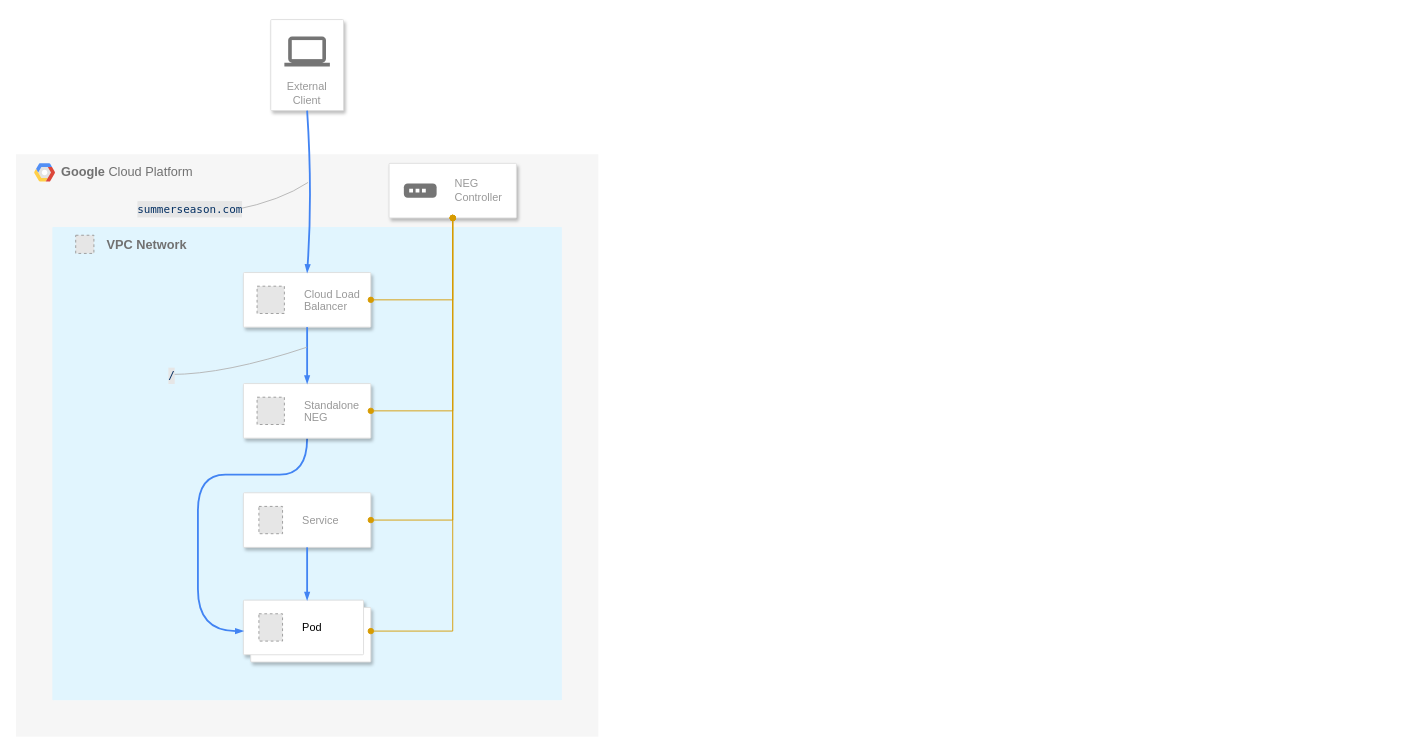
Above: page "neg2" (4 of 9) of map.drawio in cyokozai/k8sLB (draw.io), before the change. Source tidied: cells renumbered, new cells numbered last; positions are measured from the earlier drawing's top-left corner, leaving out a move shared by most shapes. Both pictures are drawn from the tidied source at 91%, with x=0, y=0 at pixel (15, 19). Pictures stored in the file or linked from it are replaced by grey dashed boxes.
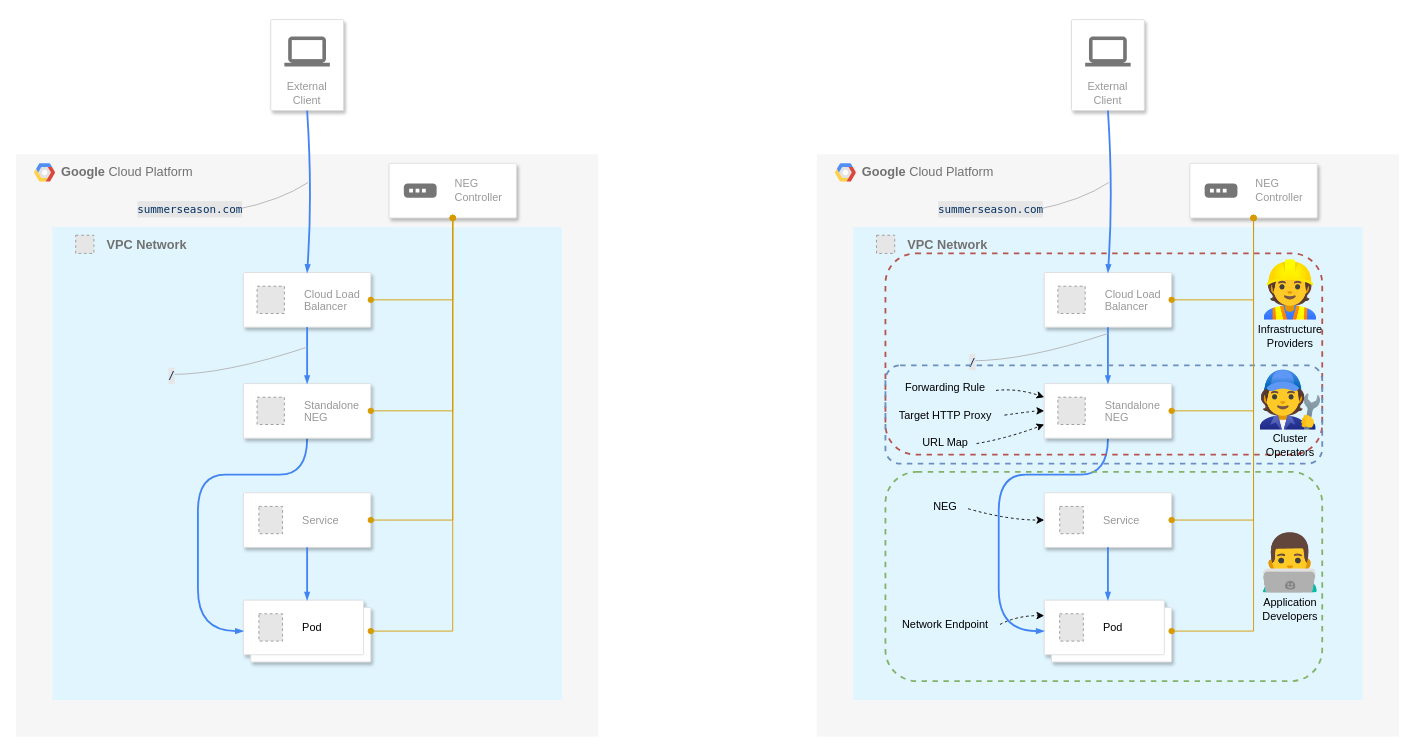
After the change.

The edit, as a diff of the source:
```diff
@@
+    <mxCell id="35" value="&lt;b style=&quot;border-color: var(--border-color);&quot;&gt;Google&amp;nbsp;&lt;/b&gt;Cloud Platform" style="fillColor=#F6F6F6;strokeColor=none;shadow=0;gradientColor=none;fontSize=14;align=left;spacing=10;fontColor=#717171;9E9E9E;verticalAlign=top;spacingTop=-4;fontStyle=0;spacingLeft=40;html=1;" parent="1" vertex="1">
+      <mxGeometry x="880" y="148" width="640" height="640" as="geometry" />
+    </mxCell>
+    <mxCell id="36" style="group;" parent="1" vertex="1">
+      <mxGeometry x="920" y="228" width="560" height="520" as="geometry" />
+    </mxCell>
+    <mxCell id="37" style="sketch=0;rounded=1;absoluteArcSize=1;arcSize=2;html=1;strokeColor=none;gradientColor=none;shadow=0;dashed=0;fontSize=12;fontColor=#9E9E9E;align=left;verticalAlign=top;spacing=10;spacingTop=-4;fillColor=#E1F5FE;" parent="36" vertex="1">
+      <mxGeometry width="560" height="520" as="geometry" />
+    </mxCell>
+    <mxCell id="38" style="fillColor=#E6E6E6;strokeColor=#999999;dashed=1;verticalLabelPosition=bottom;labelBackgroundColor=#ffffff;verticalAlign=top;" parent="36" vertex="1">
+      <mxGeometry x="25.7" y="9" width="20" height="20" as="geometry" />
+    </mxCell>
+    <mxCell id="39" value="&lt;span style=&quot;font-size: 14px;&quot;&gt;&lt;b&gt;VPC Network&lt;/b&gt;&lt;/span&gt;" style="text;whiteSpace=wrap;html=1;fontColor=#717171;" parent="36" vertex="1">
+      <mxGeometry x="58.3" y="5" width="105.6" height="40" as="geometry" />
+    </mxCell>
+    <mxCell id="40" style="strokeColor=#dddddd;shadow=1;strokeWidth=1;rounded=1;absoluteArcSize=1;arcSize=2;" parent="36" vertex="1">
+      <mxGeometry x="210" y="292" width="140" height="60" as="geometry" />
+    </mxCell>
+    <mxCell id="41" value="Service" style="fillColor=#E6E6E6;strokeColor=#999999;dashed=1;fontColor=#999999;verticalLabelPosition=middle;labelBackgroundColor=#ffffff;verticalAlign=middle;labelPosition=right;align=left;spacingLeft=20;" parent="40" vertex="1">
+      <mxGeometry width="26" height="30" relative="1" as="geometry">
+        <mxPoint x="17" y="15" as="offset" />
+      </mxGeometry>
+    </mxCell>
+    <mxCell id="42" style="shape=mxgraph.gcp2.doubleRect;strokeColor=#dddddd;shadow=1;strokeWidth=1;rounded=1;absoluteArcSize=1;arcSize=2;" parent="36" vertex="1">
+      <mxGeometry x="210" y="410" width="140" height="68" as="geometry" />
+    </mxCell>
+    <mxCell id="43" value="&lt;font color=&quot;#000000&quot;&gt;Pod&lt;/font&gt;" style="fillColor=#E6E6E6;strokeColor=#999999;dashed=1;html=1;fontColor=#999999;verticalLabelPosition=middle;labelBackgroundColor=#ffffff;verticalAlign=middle;labelPosition=right;align=left;spacingLeft=20;" parent="42" vertex="1">
+      <mxGeometry width="26" height="30" relative="1" as="geometry">
+        <mxPoint x="17" y="15" as="offset" />
+      </mxGeometry>
+    </mxCell>
+    <mxCell id="44" style="curved=1;endArrow=blockThin;html=1;fontSize=12;rounded=0;strokeColor=#4284F3;endFill=1;strokeWidth=2;endSize=4;startSize=4;dashed=0;entryX=0.5;entryY=0;entryDx=0;entryDy=0;exitX=0.5;exitY=1;exitDx=0;exitDy=0;" parent="36" edge="1" source="40" target="42">
+      <mxGeometry relative="1" as="geometry" />
+    </mxCell>
+    <mxCell id="45" style="strokeColor=#dddddd;shadow=1;strokeWidth=1;rounded=1;absoluteArcSize=1;arcSize=2;" parent="36" vertex="1">
+      <mxGeometry x="210" y="50" width="140" height="60" as="geometry" />
+    </mxCell>
+    <mxCell id="46" value="Cloud Load&#10;Balancer" style="fillColor=#E6E6E6;strokeColor=#999999;dashed=1;fontColor=#999999;verticalLabelPosition=middle;labelBackgroundColor=#ffffff;verticalAlign=middle;labelPosition=right;align=left;spacingLeft=20;" parent="45" vertex="1">
+      <mxGeometry width="30" height="30" relative="1" as="geometry">
+        <mxPoint x="15" y="15" as="offset" />
+      </mxGeometry>
+    </mxCell>
+    <mxCell id="47" style="curved=1;endArrow=blockThin;html=1;fontSize=12;rounded=0;strokeColor=#4284F3;endFill=1;strokeWidth=2;endSize=4;startSize=4;dashed=0;entryX=0;entryY=0.5;entryDx=0;entryDy=0;exitX=0.5;exitY=1;exitDx=0;exitDy=0;" parent="36" edge="1" source="48" target="42">
+      <mxGeometry relative="1" as="geometry">
+        <Array as="points">
+          <mxPoint x="280" y="232" />
+          <mxPoint x="280" y="272" />
+          <mxPoint x="220" y="272" />
+          <mxPoint x="160" y="272" />
+          <mxPoint x="160" y="352" />
+          <mxPoint x="160" y="444" />
+        </Array>
+      </mxGeometry>
+    </mxCell>
+    <mxCell id="48" style="strokeColor=#dddddd;shadow=1;strokeWidth=1;rounded=1;absoluteArcSize=1;arcSize=2;" parent="36" vertex="1">
+      <mxGeometry x="210" y="172" width="140" height="60" as="geometry" />
+    </mxCell>
+    <mxCell id="49" value="Standalone &#10;NEG" style="fillColor=#E6E6E6;strokeColor=#999999;dashed=1;fontColor=#999999;verticalLabelPosition=middle;labelBackgroundColor=#ffffff;verticalAlign=middle;labelPosition=right;align=left;spacingLeft=20;" parent="48" vertex="1">
+      <mxGeometry width="30" height="30" relative="1" as="geometry">
+        <mxPoint x="15" y="15" as="offset" />
+      </mxGeometry>
+    </mxCell>
+    <mxCell id="50" style="curved=1;endArrow=blockThin;html=1;fontSize=12;rounded=0;strokeColor=#4284F3;endFill=1;strokeWidth=2;endSize=4;startSize=4;dashed=0;entryX=0.5;entryY=0;entryDx=0;entryDy=0;exitX=0.5;exitY=1;exitDx=0;exitDy=0;" parent="36" edge="1" source="45" target="48">
+      <mxGeometry relative="1" as="geometry" />
+    </mxCell>
+    <mxCell id="51" style="group;" parent="36" vertex="1">
+      <mxGeometry x="130" y="147" width="60" as="geometry" />
+    </mxCell>
+    <mxCell id="52" style="curved=1;endArrow=none;html=1;endFill=0;strokeColor=#B3B3B3;" parent="51" edge="1">
+      <mxGeometry relative="1" as="geometry">
+        <mxPoint as="sourcePoint" />
+        <mxPoint x="150" y="-30" as="targetPoint" />
+        <Array as="points">
+          <mxPoint x="60" />
+        </Array>
+      </mxGeometry>
+    </mxCell>
+    <mxCell id="53" value="&lt;div style=&quot;color: rgb(36, 41, 46); font-family: Menlo, Monaco, &amp;quot;Courier New&amp;quot;, monospace; font-size: 12px; line-height: 18px;&quot;&gt;&lt;div style=&quot;line-height: 18px; white-space-collapse: preserve;&quot;&gt;&lt;span style=&quot;color: #032f62;&quot;&gt;/&lt;/span&gt;&lt;/div&gt;&lt;/div&gt;" style="edgeLabel;html=1;align=center;verticalAlign=middle;labelBackgroundColor=#E6E6E6;" parent="51" vertex="1">
+      <mxGeometry as="geometry" />
+    </mxCell>
+    <mxCell id="54" value="&lt;font style=&quot;font-size: 60px;&quot;&gt;👨‍💻&lt;/font&gt;&lt;div&gt;&lt;font style=&quot;font-size: 12px;&quot;&gt;Application&lt;/font&gt;&lt;/div&gt;&lt;div&gt;&lt;font style=&quot;font-size: 12px;&quot;&gt;Developers&lt;/font&gt;&lt;/div&gt;" style="text;html=1;align=center;verticalAlign=middle;strokeColor=none;fillColor=none;" parent="36" vertex="1">
+      <mxGeometry x="439.5" y="329" width="80" height="110" as="geometry" />
+    </mxCell>
+    <mxCell id="55" style="rounded=1;whiteSpace=wrap;html=1;fillColor=none;strokeColor=#b85450;dashed=1;strokeWidth=2;" parent="36" vertex="1">
+      <mxGeometry x="35.5" y="29" width="480" height="221" as="geometry" />
+    </mxCell>
+    <mxCell id="56" value="&lt;font style=&quot;font-size: 60px;&quot;&gt;👷&lt;/font&gt;&lt;div&gt;&lt;span style=&quot;background-color: initial;&quot;&gt;Infrastructure&lt;/span&gt;&lt;/div&gt;&lt;div&gt;&lt;span style=&quot;background-color: initial;&quot;&gt;Providers&lt;/span&gt;&lt;/div&gt;" style="text;html=1;align=center;verticalAlign=middle;strokeColor=none;fillColor=none;" parent="36" vertex="1">
+      <mxGeometry x="434.5" y="29" width="90" height="110" as="geometry" />
+    </mxCell>
+    <mxCell id="57" value="Forwarding Rule" style="text;html=1;align=center;verticalAlign=middle;points=[];strokeColor=none;fillColor=none;" parent="36" vertex="1">
+      <mxGeometry x="45.7" y="162" width="110" height="30" as="geometry" />
+    </mxCell>
+    <mxCell id="58" value="Target HTTP Proxy" style="text;html=1;align=center;verticalAlign=middle;points=[];strokeColor=none;fillColor=none;" parent="36" vertex="1">
+      <mxGeometry x="35.5" y="192" width="130" height="30" as="geometry" />
+    </mxCell>
+    <mxCell id="59" style="curved=1;endArrow=classic;html=1;rounded=0;dashed=1;exitX=1.012;exitY=0.585;exitDx=0;exitDy=0;exitPerimeter=0;entryX=0;entryY=0.25;entryDx=0;entryDy=0;" parent="36" edge="1" source="57" target="48">
+      <mxGeometry relative="1" as="geometry">
+        <Array as="points">
+          <mxPoint x="180" y="177" />
+        </Array>
+      </mxGeometry>
+    </mxCell>
+    <mxCell id="60" style="curved=1;endArrow=classic;html=1;rounded=0;dashed=1;exitX=1.006;exitY=0.489;exitDx=0;exitDy=0;exitPerimeter=0;entryX=0;entryY=0.5;entryDx=0;entryDy=0;" parent="36" edge="1" source="58" target="48">
+      <mxGeometry relative="1" as="geometry">
+        <Array as="points">
+          <mxPoint x="200" y="202" />
+        </Array>
+      </mxGeometry>
+    </mxCell>
+    <mxCell id="61" value="URL Map" style="text;html=1;align=center;verticalAlign=middle;points=[];strokeColor=none;fillColor=none;" parent="36" vertex="1">
+      <mxGeometry x="65.5" y="222" width="70" height="30" as="geometry" />
+    </mxCell>
+    <mxCell id="62" style="curved=1;endArrow=classic;html=1;rounded=0;dashed=1;exitX=1.002;exitY=0.532;exitDx=0;exitDy=0;exitPerimeter=0;entryX=0;entryY=0.75;entryDx=0;entryDy=0;" parent="36" edge="1" source="61" target="48">
+      <mxGeometry relative="1" as="geometry">
+        <Array as="points">
+          <mxPoint x="170" y="232" />
+        </Array>
+      </mxGeometry>
+    </mxCell>
+    <mxCell id="63" style="rounded=1;whiteSpace=wrap;html=1;fillColor=none;strokeColor=#6c8ebf;dashed=1;strokeWidth=2;" parent="36" vertex="1">
+      <mxGeometry x="35.5" y="152" width="480" height="108" as="geometry" />
+    </mxCell>
+    <mxCell id="64" value="&lt;font style=&quot;font-size: 60px;&quot;&gt;🧑‍🔧&lt;/font&gt;&lt;div&gt;Cluster&lt;/div&gt;&lt;div&gt;Operators&lt;/div&gt;" style="text;html=1;align=center;verticalAlign=middle;strokeColor=none;fillColor=none;" parent="36" vertex="1">
+      <mxGeometry x="439.5" y="149" width="80" height="110" as="geometry" />
+    </mxCell>
+    <mxCell id="65" value="Network Endpoint" style="text;html=1;align=center;verticalAlign=middle;points=[];strokeColor=none;fillColor=none;" parent="36" vertex="1">
+      <mxGeometry x="40.7" y="422" width="120" height="30" as="geometry" />
+    </mxCell>
+    <mxCell id="66" style="curved=1;endArrow=classic;html=1;rounded=0;dashed=1;exitX=1.006;exitY=0.489;exitDx=0;exitDy=0;exitPerimeter=0;entryX=0;entryY=0.25;entryDx=0;entryDy=0;" parent="36" edge="1" source="65" target="42">
+      <mxGeometry relative="1" as="geometry">
+        <Array as="points">
+          <mxPoint x="180" y="427" />
+        </Array>
+      </mxGeometry>
+    </mxCell>
+    <mxCell id="67" value="NEG" style="text;html=1;align=center;verticalAlign=middle;points=[];strokeColor=none;fillColor=none;" parent="36" vertex="1">
+      <mxGeometry x="75.7" y="292" width="50" height="30" as="geometry" />
+    </mxCell>
+    <mxCell id="68" style="curved=1;endArrow=classic;html=1;rounded=0;dashed=1;exitX=1.012;exitY=0.585;exitDx=0;exitDy=0;exitPerimeter=0;entryX=0;entryY=0.5;entryDx=0;entryDy=0;" parent="36" edge="1" source="67" target="40">
+      <mxGeometry relative="1" as="geometry">
+        <Array as="points">
+          <mxPoint x="170" y="322" />
+        </Array>
+      </mxGeometry>
+    </mxCell>
+    <mxCell id="69" style="rounded=1;whiteSpace=wrap;html=1;fillColor=none;strokeColor=#82b366;dashed=1;strokeWidth=2;" parent="36" vertex="1">
+      <mxGeometry x="35.5" y="269" width="480" height="230" as="geometry" />
+    </mxCell>
+    <mxCell id="70" value="External&#10;Client" style="strokeColor=#dddddd;shadow=1;strokeWidth=1;rounded=1;absoluteArcSize=1;arcSize=2;labelPosition=center;verticalLabelPosition=middle;align=center;verticalAlign=bottom;spacingLeft=0;fontColor=#999999;fontSize=12;whiteSpace=wrap;spacingBottom=2;" parent="1" vertex="1">
+      <mxGeometry x="1160" width="80" height="100" as="geometry" />
+    </mxCell>
+    <mxCell id="71" style="sketch=0;dashed=0;html=1;fillColor=#757575;strokeColor=none;shape=mxgraph.gcp2.laptop;" parent="70" vertex="1">
+      <mxGeometry x="0.5" width="50" height="33" relative="1" as="geometry">
+        <mxPoint x="-25" y="18.5" as="offset" />
+      </mxGeometry>
+    </mxCell>
+    <mxCell id="72" style="strokeColor=#dddddd;shadow=1;strokeWidth=1;rounded=1;absoluteArcSize=1;arcSize=2;fontColor=#999999;align=center;labelPosition=center;verticalLabelPosition=middle;verticalAlign=middle;" parent="1" vertex="1">
+      <mxGeometry x="1290" y="158" width="140" height="60" as="geometry" />
+    </mxCell>
+    <mxCell id="73" style="fillColor=#E6E6E6;strokeColor=#999999;dashed=1;html=1;fontColor=#999999;verticalLabelPosition=middle;verticalAlign=middle;labelPosition=right;align=left;spacingLeft=20;" parent="72" vertex="1">
+      <mxGeometry height="28" relative="1" as="geometry">
+        <mxPoint x="15" y="16" as="offset" />
+      </mxGeometry>
+    </mxCell>
+    <mxCell id="74" value="&lt;div style=&quot;text-align: left;&quot;&gt;&lt;span style=&quot;color: rgb(153, 153, 153);&quot;&gt;NEG&amp;nbsp;&lt;/span&gt;&lt;/div&gt;&lt;div style=&quot;text-align: left;&quot;&gt;&lt;span style=&quot;color: rgb(153, 153, 153);&quot;&gt;Controller&lt;/span&gt;&lt;/div&gt;" style="text;html=1;align=center;verticalAlign=middle;strokeColor=none;fillColor=none;fontFamily=Helvetica;fontSize=12;fontColor=default;labelBackgroundColor=none;" parent="72" vertex="1">
+      <mxGeometry x="58.3" y="10" width="80" height="40" as="geometry" />
+    </mxCell>
+    <mxCell id="75" style="sketch=0;dashed=0;html=1;fillColor=#757575;strokeColor=none;shape=mxgraph.gcp2.gateway_icon;align=center;verticalAlign=top;fontFamily=Helvetica;fontSize=12;fontColor=default;labelBackgroundColor=default;" parent="72" vertex="1">
+      <mxGeometry x="16.3" y="22.1" width="36" height="15.8" as="geometry" />
+    </mxCell>
+    <mxCell id="76" style="edgeStyle=orthogonalEdgeStyle;rounded=0;jettySize=auto;html=1;exitX=0.5;exitY=1;exitDx=0;exitDy=0;fontFamily=Helvetica;fontSize=12;fontColor=default;labelBackgroundColor=default;fillColor=#ffe6cc;strokeColor=#d79b00;endArrow=oval;endFill=1;startArrow=oval;startFill=1;entryX=1;entryY=0.5;entryDx=0;entryDy=0;" parent="1" edge="1" source="72" target="45">
+      <mxGeometry relative="1" as="geometry" />
+    </mxCell>
+    <mxCell id="77" style="edgeStyle=orthogonalEdgeStyle;rounded=0;jettySize=auto;html=1;exitX=0.5;exitY=1;exitDx=0;exitDy=0;fontFamily=Helvetica;fontSize=12;fontColor=default;labelBackgroundColor=default;fillColor=#ffe6cc;strokeColor=#d79b00;endArrow=oval;endFill=1;startArrow=oval;startFill=1;entryX=1;entryY=0.5;entryDx=0;entryDy=0;" parent="1" edge="1" source="72" target="42">
+      <mxGeometry relative="1" as="geometry">
+        <Array as="points">
+          <mxPoint x="1360" y="672" />
+        </Array>
+      </mxGeometry>
+    </mxCell>
+    <mxCell id="78" style="edgeStyle=orthogonalEdgeStyle;rounded=0;jettySize=auto;html=1;exitX=0.5;exitY=1;exitDx=0;exitDy=0;fontFamily=Helvetica;fontSize=12;fontColor=default;labelBackgroundColor=default;fillColor=#ffe6cc;strokeColor=#d79b00;endArrow=oval;endFill=1;startArrow=oval;startFill=1;entryX=1;entryY=0.5;entryDx=0;entryDy=0;" parent="1" edge="1" source="72" target="40">
+      <mxGeometry relative="1" as="geometry" />
+    </mxCell>
+    <mxCell id="79" style="curved=1;endArrow=none;html=1;endFill=0;strokeColor=#B3B3B3;" parent="1" edge="1">
+      <mxGeometry relative="1" as="geometry">
+        <mxPoint x="1121" y="209" as="sourcePoint" />
+        <mxPoint x="1201" y="179" as="targetPoint" />
+        <Array as="points">
+          <mxPoint x="1171" y="199" />
+        </Array>
+      </mxGeometry>
+    </mxCell>
+    <mxCell id="80" style="shape=mxgraph.gcp2.google_cloud_platform;fillColor=#F6F6F6;strokeColor=none;shadow=0;gradientColor=none;" parent="1" vertex="1">
+      <mxGeometry x="900" y="158" width="23" height="20" as="geometry">
+        <mxPoint x="20" y="10" as="offset" />
+      </mxGeometry>
+    </mxCell>
+    <mxCell id="81" value="&lt;div style=&quot;color: rgb(36, 41, 46); font-family: Menlo, Monaco, &amp;quot;Courier New&amp;quot;, monospace; font-size: 12px; line-height: 18px;&quot;&gt;&lt;div style=&quot;line-height: 18px; white-space-collapse: preserve;&quot;&gt;&lt;span style=&quot;color: #032f62;&quot;&gt;summerseason.com&lt;/span&gt;&lt;/div&gt;&lt;/div&gt;" style="edgeLabel;html=1;align=center;verticalAlign=middle;labelBackgroundColor=#E6E6E6;" parent="1" vertex="1">
+      <mxGeometry x="1070" y="207" as="geometry" />
+    </mxCell>
+    <mxCell id="82" style="curved=1;endArrow=blockThin;html=1;fontSize=12;rounded=0;strokeColor=#4284F3;endFill=1;strokeWidth=2;endSize=4;startSize=4;dashed=0;entryX=0.5;entryY=0;entryDx=0;entryDy=0;exitX=0.5;exitY=1;exitDx=0;exitDy=0;" parent="1" edge="1" source="70" target="45">
+      <mxGeometry relative="1" as="geometry">
+        <Array as="points">
+          <mxPoint x="1206" y="190.5" />
+        </Array>
+      </mxGeometry>
+    </mxCell>
+    <mxCell id="83" style="edgeStyle=orthogonalEdgeStyle;rounded=0;jettySize=auto;html=1;exitX=0.5;exitY=1;exitDx=0;exitDy=0;fontFamily=Helvetica;fontSize=12;fontColor=default;labelBackgroundColor=default;fillColor=#ffe6cc;strokeColor=#d79b00;endArrow=oval;endFill=1;startArrow=oval;startFill=1;entryX=1;entryY=0.5;entryDx=0;entryDy=0;" parent="1" edge="1" source="72" target="48">
+      <mxGeometry relative="1" as="geometry" />
+    </mxCell>
```
